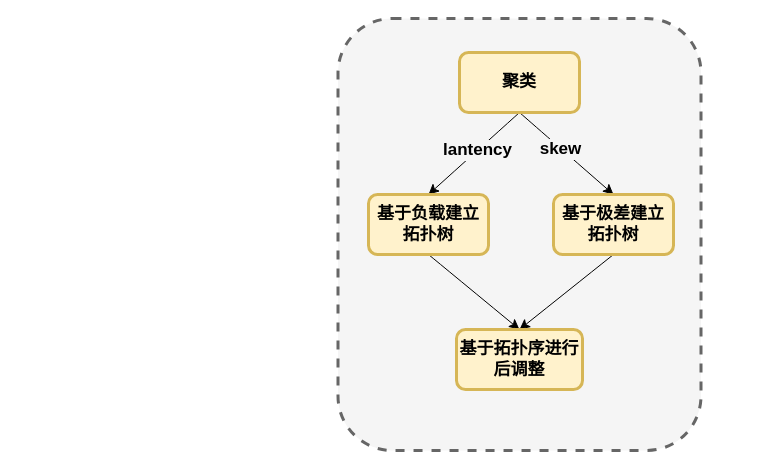
This is netFlow.drawio from hyw-num/alg, a draw.io file, before an edit. Source tidied: cells renumbered, new cells numbered last; positions are measured from the earlier drawing's top-left corner, leaving out a move shared by most shapes. Both pictures are drawn from the tidied source at 100%, with x=0, y=0 at pixel (337, 18).
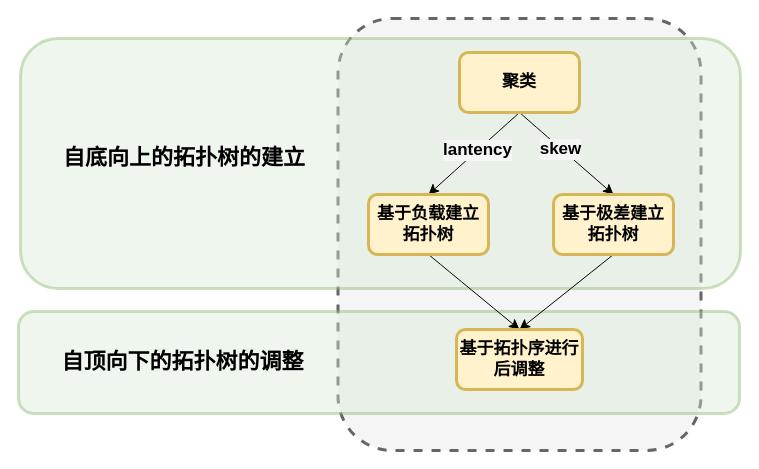
Above is the later version.

Change to the diagram source:
```diff
@@
 <mxGraphModel>
   <root>
     <mxCell id="0" />
     <mxCell id="1" parent="0" />
     <mxCell id="2" style="rounded=1;whiteSpace=wrap;html=1;strokeWidth=3;fillColor=#f5f5f5;strokeColor=#666666;dashed=1;fontColor=#333333;fontSize=17;" parent="1" vertex="1">
       <mxGeometry x="0.5" width="363" height="432" as="geometry" />
     </mxCell>
+    <mxCell id="13" style="rounded=1;whiteSpace=wrap;html=1;fillColor=#d5e8d4;strokeWidth=3;strokeColor=#82b366;opacity=40;" parent="1" vertex="1">
+      <mxGeometry x="-319" y="293" width="721" height="102" as="geometry" />
+    </mxCell>
+    <mxCell id="14" style="rounded=1;whiteSpace=wrap;html=1;fillColor=#d5e8d4;strokeWidth=3;strokeColor=#82b366;opacity=40;" parent="1" vertex="1">
+      <mxGeometry x="-317" y="20" width="720" height="250" as="geometry" />
+    </mxCell>
     <mxCell id="3" style="edgeStyle=none;curved=1;rounded=0;jettySize=auto;html=1;exitX=0.5;exitY=1;exitDx=0;exitDy=0;entryX=0.5;entryY=0;entryDx=0;entryDy=0;fontSize=17;startSize=8;endSize=8;fontFamily=宋体;fontStyle=1;" parent="1" edge="1" source="7" target="9">
       <mxGeometry relative="1" as="geometry" />
     </mxCell>
     <mxCell id="4" value="lantency" style="edgeLabel;html=1;align=center;verticalAlign=middle;fontSize=17;fontFamily=宋体;fontStyle=1;labelBackgroundColor=#F5F5F5;" parent="3" vertex="1">
       <mxGeometry x="-0.07" relative="1" as="geometry">
         <mxPoint y="-1" as="offset" />
       </mxGeometry>
     </mxCell>
     <mxCell id="5" style="edgeStyle=none;curved=1;rounded=0;jettySize=auto;html=1;exitX=0.5;exitY=1;exitDx=0;exitDy=0;entryX=0.5;entryY=0;entryDx=0;entryDy=0;fontSize=17;startSize=8;endSize=8;fontFamily=宋体;fontStyle=1;" parent="1" edge="1" source="7" target="11">
       <mxGeometry relative="1" as="geometry" />
     </mxCell>
     <mxCell id="6" value="skew" style="edgeLabel;html=1;align=center;verticalAlign=middle;fontSize=17;fontFamily=宋体;fontStyle=1;labelBackgroundColor=#F5F5F5;" parent="5" vertex="1">
       <mxGeometry x="-0.13" y="-1" relative="1" as="geometry" />
     </mxCell>
     <mxCell id="7" value="聚类" style="rounded=1;whiteSpace=wrap;html=1;fontFamily=宋体;fontStyle=1;fillColor=#fff2cc;strokeColor=#d6b656;strokeWidth=3;fontSize=17;" parent="1" vertex="1">
       <mxGeometry x="122" y="34" width="120" height="60" as="geometry" />
     </mxCell>
     <mxCell id="8" style="edgeStyle=none;curved=1;rounded=0;jettySize=auto;html=1;exitX=0.5;exitY=1;exitDx=0;exitDy=0;entryX=0.5;entryY=0;entryDx=0;entryDy=0;fontSize=17;startSize=8;endSize=8;" parent="1" edge="1" source="9" target="12">
       <mxGeometry relative="1" as="geometry" />
     </mxCell>
     <mxCell id="9" value="基于负载建立拓扑树" style="rounded=1;whiteSpace=wrap;html=1;fontFamily=宋体;fontStyle=1;strokeWidth=3;fillColor=#fff2cc;strokeColor=#d6b656;fontSize=17;" parent="1" vertex="1">
       <mxGeometry x="31" y="176" width="120" height="60" as="geometry" />
     </mxCell>
     <mxCell id="10" style="edgeStyle=none;curved=1;rounded=0;jettySize=auto;html=1;exitX=0.5;exitY=1;exitDx=0;exitDy=0;fontSize=17;startSize=8;endSize=8;entryX=0.5;entryY=0;entryDx=0;entryDy=0;" parent="1" edge="1" source="11" target="12">
       <mxGeometry relative="1" as="geometry" />
     </mxCell>
     <mxCell id="11" value="基于极差建立拓扑树" style="rounded=1;whiteSpace=wrap;html=1;fontFamily=宋体;fontStyle=1;strokeWidth=3;fillColor=#fff2cc;strokeColor=#d6b656;fontSize=17;" parent="1" vertex="1">
       <mxGeometry x="216" y="176" width="120" height="60" as="geometry" />
     </mxCell>
     <mxCell id="12" value="基于拓扑序进行后调整" style="rounded=1;whiteSpace=wrap;html=1;fontFamily=宋体;fontStyle=1;fillColor=#fff2cc;strokeColor=#d6b656;strokeWidth=3;fontSize=17;" parent="1" vertex="1">
       <mxGeometry x="119" y="311" width="126" height="60" as="geometry" />
     </mxCell>
+    <mxCell id="15" value="自底向上的拓扑树的建立" style="text;html=1;align=center;verticalAlign=middle;whiteSpace=wrap;rounded=0;fontSize=22;fontFamily=宋体;fontStyle=1;" parent="1" vertex="1">
+      <mxGeometry x="-283" y="125" width="260" height="30" as="geometry" />
+    </mxCell>
+    <mxCell id="16" value="自顶向下的拓扑树的调整" style="text;html=1;align=center;verticalAlign=middle;whiteSpace=wrap;rounded=0;fontSize=22;fontFamily=宋体;fontStyle=1;" parent="1" vertex="1">
+      <mxGeometry x="-283" y="329" width="257" height="30" as="geometry" />
+    </mxCell>
+    <mxCell id="17" style="edgeStyle=none;curved=1;rounded=0;orthogonalLoop=1;jettySize=auto;html=1;exitX=0.5;exitY=1;exitDx=0;exitDy=0;fontSize=12;startSize=8;endSize=8;" parent="1" edge="1" source="16" target="16">
+      <mxGeometry relative="1" as="geometry" />
+    </mxCell>
   </root>
 </mxGraphModel>
```
